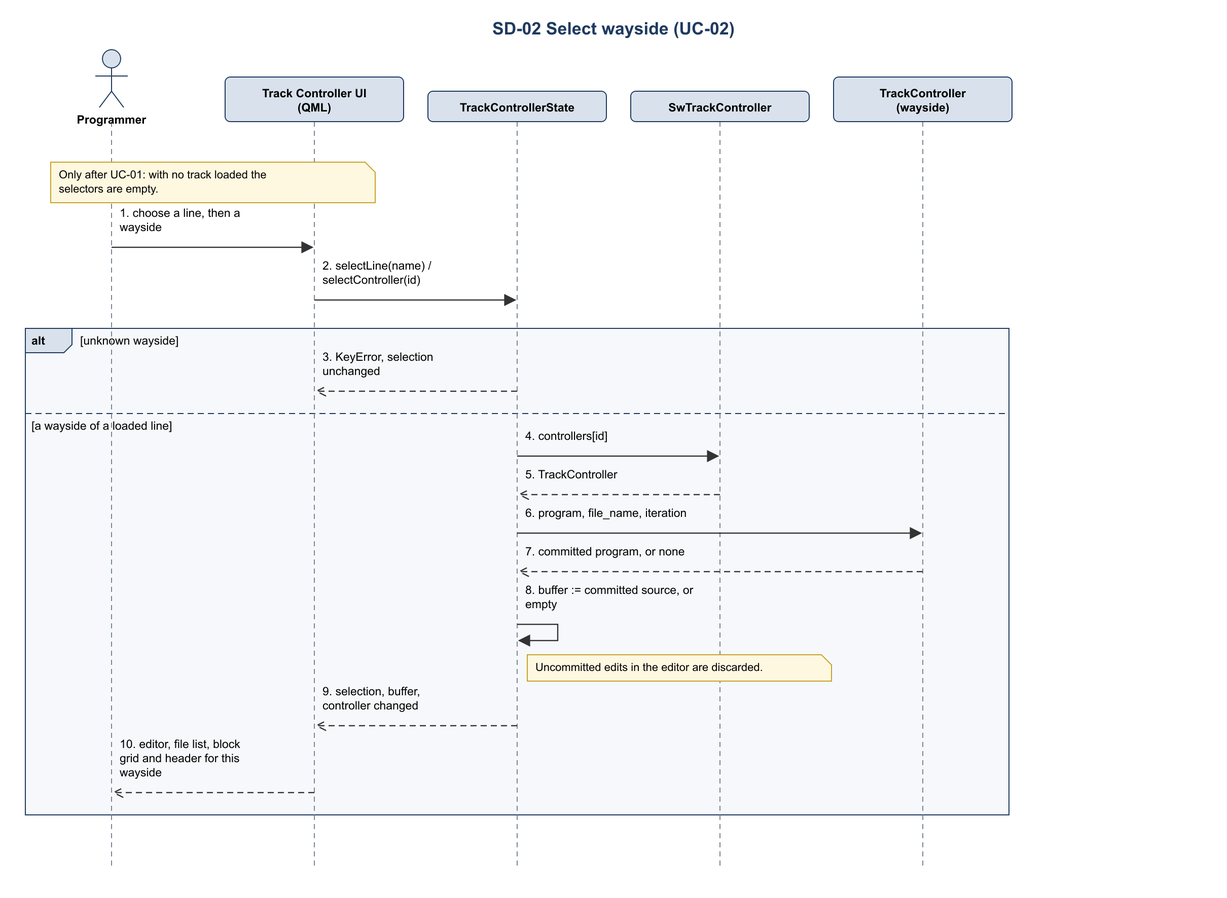
Landiss04/Track-Overflow keeps this Mermaid diagram as documents/uml/track_ctrl_sw/sequence/sd02_select_wayside.png. Above is the earlier version. Its source is kept beside it as documents/uml/track_ctrl_sw/sequence/sd02_select_wayside.mmd.
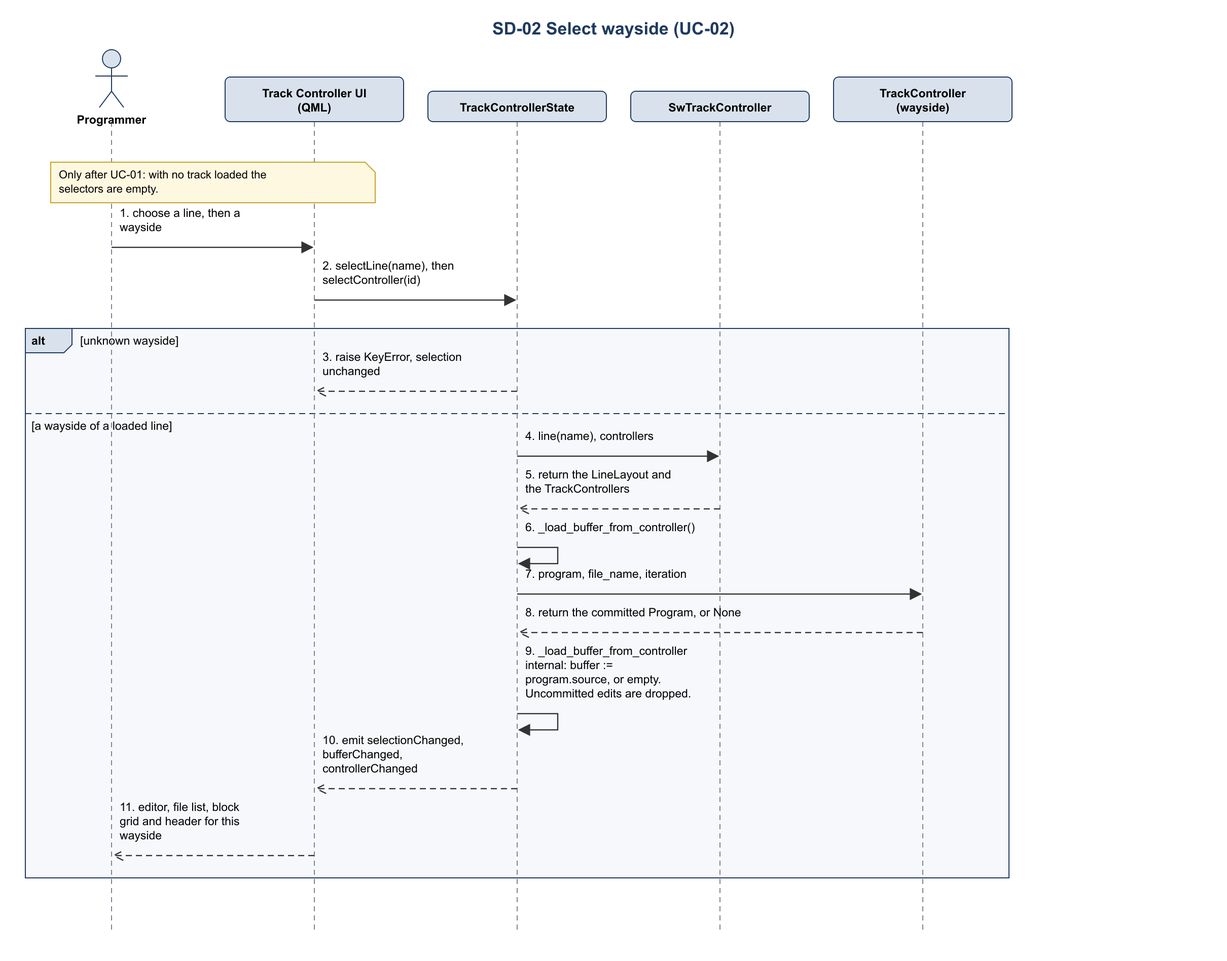
Above is the later version.

Diff of the diagram source:
```diff
@@ -7,16 +7,16 @@
     participant W as TrackController (wayside)
     Note over P,UI: Only after UC-01: with no track loaded the selectors are empty.
     P->>UI: choose a line, then a wayside
-    UI->>S: selectLine(name) / selectController(id)
+    UI->>S: selectLine(name), then selectController(id)
     alt unknown wayside
-        S-->>UI: KeyError, selection unchanged
+        S-->>UI: raise KeyError, selection unchanged
     else a wayside of a loaded line
-        S->>M: controllers[id]
-        M-->>S: TrackController
+        S->>M: line(name), controllers
+        M-->>S: return the LineLayout and the TrackControllers
+        S->>S: _load_buffer_from_controller()
         S->>W: program, file_name, iteration
-        W-->>S: committed program, or none
-        S->>S: buffer := committed source, or empty
-        Note right of S: Uncommitted edits in the editor are discarded.
-        S-->>UI: selection, buffer, controller changed
+        W-->>S: return the committed Program, or None
+        S->>S: _load_buffer_from_controller internal: buffer := program.source, or empty. Uncommitted edits are dropped.
+        S-->>UI: emit selectionChanged, bufferChanged, controllerChanged
         UI-->>P: editor, file list, block grid and header for this wayside
     end
```
